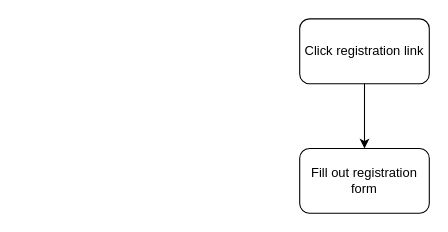
This is Untitled Diagram.drawio from Go-Play-NW/gpnw-diagrams, a draw.io file, before an edit. Source tidied: cells renumbered, new cells numbered last; positions are measured from the earlier drawing's top-left corner, leaving out a move shared by most shapes. Both pictures are drawn from the tidied source at 108%, with x=0, y=0 at pixel (299, 18).
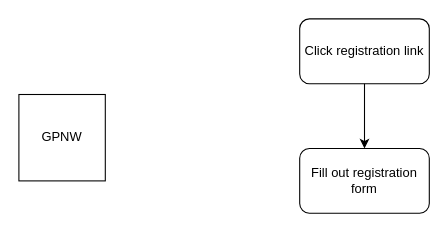
The same page after the edit.

Change to the diagram source:
```diff
@@
 <mxGraphModel>
   <root>
     <mxCell id="0" />
     <mxCell id="1" parent="0" />
     <mxCell id="2" value="&lt;div&gt;Click registration link&lt;/div&gt;" style="rounded=1;whiteSpace=wrap;html=1;" parent="1" vertex="1">
       <mxGeometry width="120" height="60" as="geometry" />
     </mxCell>
     <mxCell id="3" value="&lt;div&gt;Fill out registration form&lt;/div&gt;" style="rounded=1;whiteSpace=wrap;html=1;" parent="1" vertex="1">
       <mxGeometry y="120" width="120" height="60" as="geometry" />
     </mxCell>
     <mxCell id="4" style="endArrow=classic;html=1;rounded=0;" parent="1" edge="1" source="2" target="3">
       <mxGeometry relative="1" as="geometry" />
     </mxCell>
+    <mxCell id="5" value="GPNW" style="whiteSpace=wrap;html=1;" parent="1" vertex="1">
+      <mxGeometry x="-260" y="70" width="80" height="80" as="geometry" />
+    </mxCell>
   </root>
 </mxGraphModel>
```
